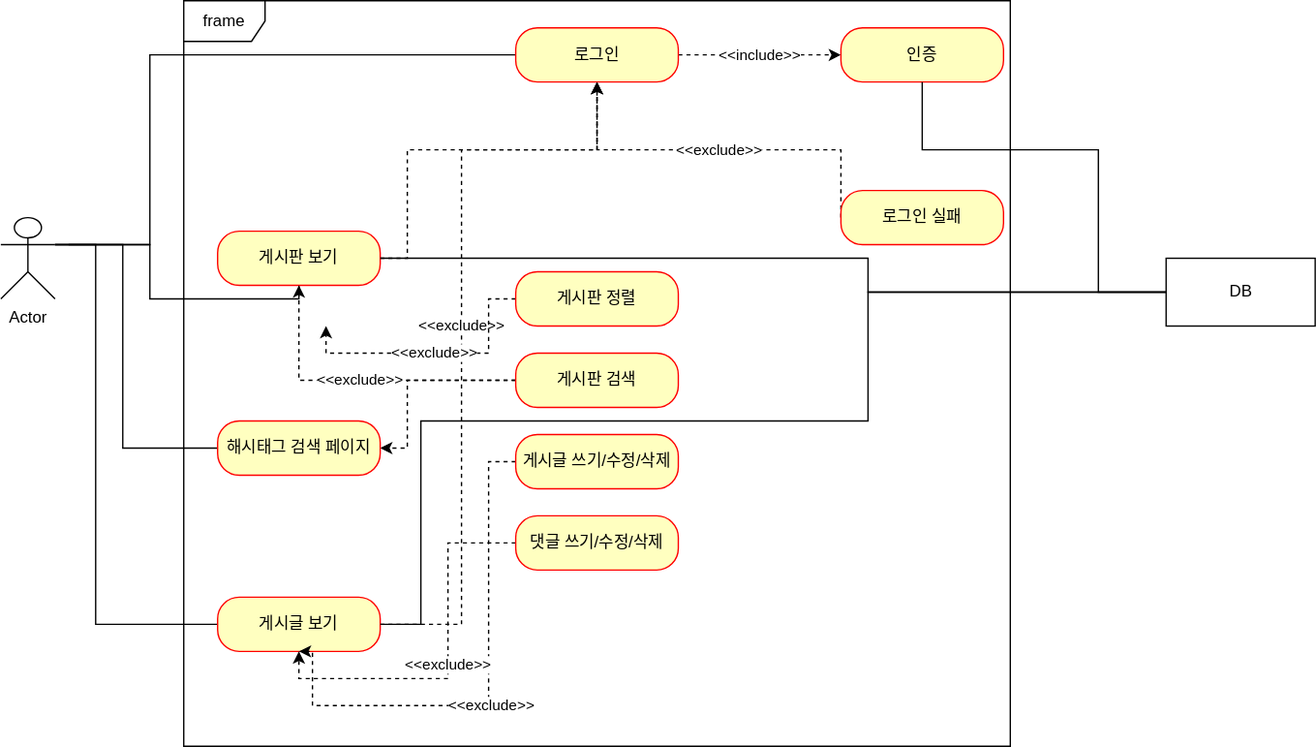
GuardJo/simple-board-project keeps this draw.io diagram as documents/UseCase/use_case.svg. Above is the earlier version. Source tidied: cells renumbered, new cells last; positions are measured from the earlier drawing's top-left corner, leaving out a move shared by most shapes.
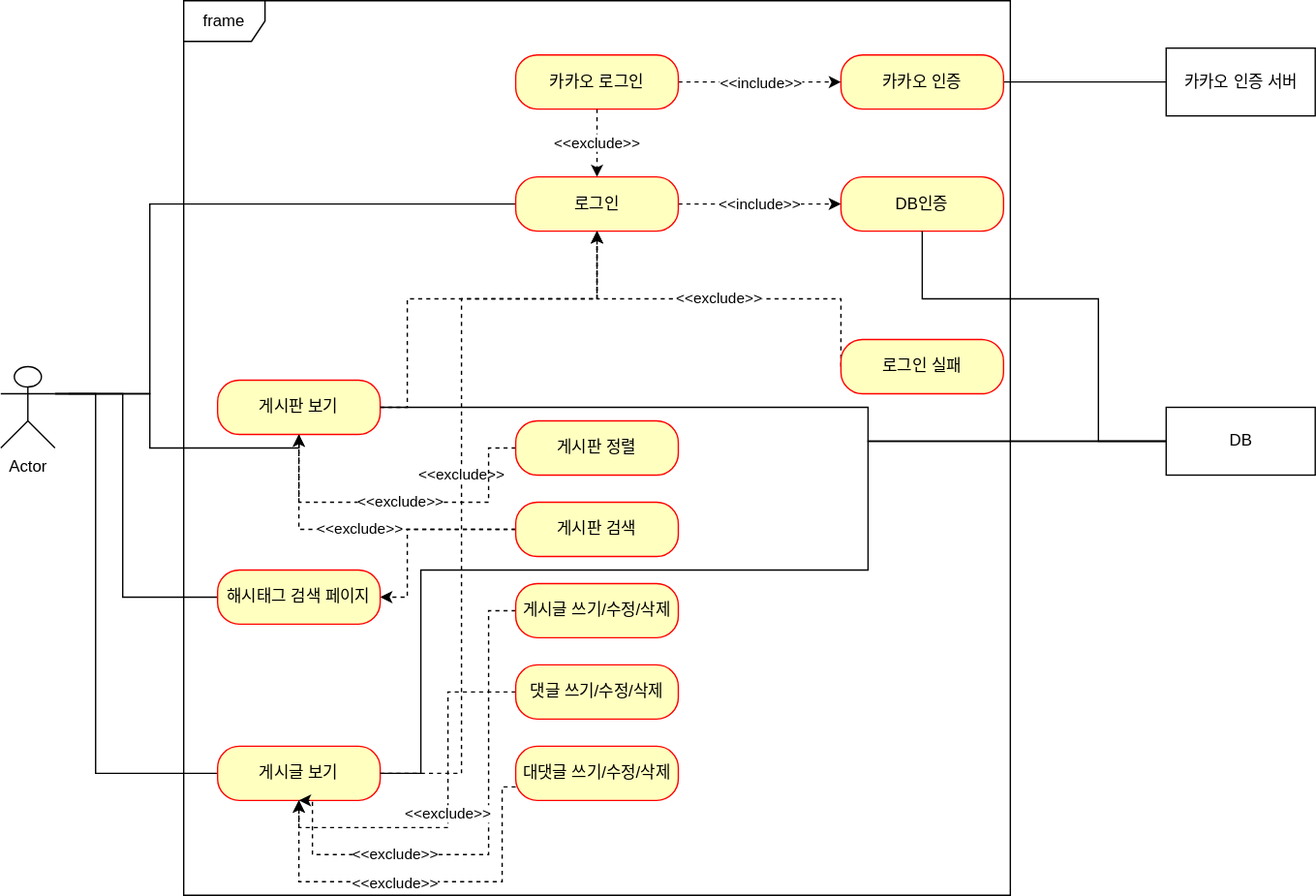
The same file after the commit.

Commit message:
#39 기능 추가에 따른 use case 업데이트

- 카카오 로그인 관련 시나리오 추가
- 대댓글 기능 관련 시나리오 추가

Diff of the diagram source:
```diff
@@ -15,7 +15,7 @@
       <mxGeometry y="160" width="40" height="60" as="geometry" />
     </mxCell>
     <mxCell id="4" value="frame" style="shape=umlFrame;whiteSpace=wrap;html=1;" parent="1" vertex="1">
-      <mxGeometry x="135" width="610" height="550" as="geometry" />
+      <mxGeometry x="135" y="-110" width="610" height="660" as="geometry" />
     </mxCell>
     <mxCell id="5" style="edgeStyle=orthogonalEdgeStyle;rounded=0;jettySize=auto;html=1;exitX=1;exitY=0.5;exitDx=0;exitDy=0;entryX=0.5;entryY=1;entryDx=0;entryDy=0;dashed=1;endArrow=classic;endFill=1;" parent="1" edge="1" source="6" target="12">
       <mxGeometry relative="1" as="geometry">
@@ -67,7 +67,7 @@
     <mxCell id="12" value="로그인" style="rounded=1;whiteSpace=wrap;html=1;arcSize=40;fontColor=#000000;fillColor=#ffffc0;strokeColor=#ff0000;" parent="1" vertex="1">
       <mxGeometry x="380" y="20" width="120" height="40" as="geometry" />
     </mxCell>
-    <mxCell id="13" value="인증" style="rounded=1;whiteSpace=wrap;html=1;arcSize=40;fontColor=#000000;fillColor=#ffffc0;strokeColor=#ff0000;" parent="1" vertex="1">
+    <mxCell id="13" value="DB인증" style="rounded=1;whiteSpace=wrap;html=1;arcSize=40;fontColor=#000000;fillColor=#ffffc0;strokeColor=#ff0000;" parent="1" vertex="1">
       <mxGeometry x="620" y="20" width="120" height="40" as="geometry" />
     </mxCell>
     <mxCell id="14" value="&amp;lt;&amp;lt;exclude&amp;gt;&amp;gt;" style="edgeStyle=orthogonalEdgeStyle;rounded=0;jettySize=auto;html=1;exitX=0;exitY=0.5;exitDx=0;exitDy=0;dashed=1;endArrow=classic;endFill=1;" parent="1" edge="1" source="15" target="12">
@@ -81,13 +81,12 @@
     <mxCell id="15" value="로그인 실패" style="rounded=1;whiteSpace=wrap;html=1;arcSize=40;fontColor=#000000;fillColor=#ffffc0;strokeColor=#ff0000;" parent="1" vertex="1">
       <mxGeometry x="620" y="140" width="120" height="40" as="geometry" />
     </mxCell>
-    <mxCell id="16" value="&amp;lt;&amp;lt;exclude&amp;gt;&amp;gt;" style="edgeStyle=orthogonalEdgeStyle;rounded=0;jettySize=auto;html=1;exitX=0;exitY=0.5;exitDx=0;exitDy=0;dashed=1;endArrow=classic;endFill=1;" parent="1" edge="1" source="17">
+    <mxCell id="16" value="&amp;lt;&amp;lt;exclude&amp;gt;&amp;gt;" style="edgeStyle=orthogonalEdgeStyle;rounded=0;jettySize=auto;html=1;exitX=0;exitY=0.5;exitDx=0;exitDy=0;dashed=1;endArrow=classic;endFill=1;entryX=0.5;entryY=1;entryDx=0;entryDy=0;" parent="1" edge="1" source="17" target="6">
       <mxGeometry relative="1" as="geometry">
-        <mxPoint x="240" y="240" as="targetPoint" />
         <Array as="points">
           <mxPoint x="360" y="220" />
           <mxPoint x="360" y="260" />
-          <mxPoint x="240" y="260" />
+          <mxPoint x="220" y="260" />
         </Array>
       </mxGeometry>
     </mxCell>
@@ -119,7 +118,9 @@
       </mxGeometry>
     </mxCell>
     <mxCell id="22" value="&amp;lt;&amp;lt;exclude&amp;gt;&amp;gt;" style="edgeLabel;html=1;align=center;verticalAlign=middle;" parent="21" vertex="1">
-      <mxGeometry x="0.05" y="1" relative="1" as="geometry" />
+      <mxGeometry x="0.05" y="1" relative="1" as="geometry">
+        <mxPoint x="-71" as="offset" />
+      </mxGeometry>
     </mxCell>
     <mxCell id="23" value="게시글 쓰기/수정/삭제" style="rounded=1;whiteSpace=wrap;html=1;arcSize=40;fontColor=#000000;fillColor=#ffffc0;strokeColor=#ff0000;" parent="1" vertex="1">
       <mxGeometry x="380" y="320" width="120" height="40" as="geometry" />
@@ -171,5 +172,45 @@
     <mxCell id="31" value="해시태그 검색 페이지" style="rounded=1;whiteSpace=wrap;html=1;arcSize=40;fontColor=#000000;fillColor=#ffffc0;strokeColor=#ff0000;" parent="1" vertex="1">
       <mxGeometry x="160" y="310" width="120" height="40" as="geometry" />
     </mxCell>
+    <mxCell id="32" style="edgeStyle=orthogonalEdgeStyle;rounded=0;jettySize=auto;html=1;startArrow=none;startFill=0;endArrow=none;endFill=0;" parent="1" edge="1" source="33" target="38">
+      <mxGeometry relative="1" as="geometry" />
+    </mxCell>
+    <mxCell id="33" value="카카오 인증" style="rounded=1;whiteSpace=wrap;html=1;arcSize=40;fontColor=#000000;fillColor=#ffffc0;strokeColor=#ff0000;" parent="1" vertex="1">
+      <mxGeometry x="620" y="-70" width="120" height="40" as="geometry" />
+    </mxCell>
+    <mxCell id="34" value="&amp;lt;&amp;lt;exclude&amp;gt;&amp;gt;" style="edgeStyle=orthogonalEdgeStyle;rounded=0;jettySize=auto;html=1;dashed=1;startArrow=none;startFill=0;endArrow=classic;endFill=1;" parent="1" edge="1" source="37" target="12">
+      <mxGeometry relative="1" as="geometry" />
+    </mxCell>
+    <mxCell id="35" style="edgeStyle=orthogonalEdgeStyle;rounded=0;jettySize=auto;html=1;dashed=1;startArrow=none;startFill=0;endArrow=classic;endFill=1;" parent="1" edge="1" source="37" target="33">
+      <mxGeometry relative="1" as="geometry" />
+    </mxCell>
+    <mxCell id="36" value="&amp;lt;&amp;lt;include&amp;gt;&amp;gt;" style="edgeLabel;html=1;align=center;verticalAlign=middle;" parent="35" vertex="1">
+      <mxGeometry x="0.16" y="2" relative="1" as="geometry">
+        <mxPoint x="-10" y="2" as="offset" />
+      </mxGeometry>
+    </mxCell>
+    <mxCell id="37" value="카카오 로그인" style="rounded=1;whiteSpace=wrap;html=1;arcSize=40;fontColor=#000000;fillColor=#ffffc0;strokeColor=#ff0000;" parent="1" vertex="1">
+      <mxGeometry x="380" y="-70" width="120" height="40" as="geometry" />
+    </mxCell>
+    <mxCell id="38" value="카카오 인증 서버" style="html=1;" parent="1" vertex="1">
+      <mxGeometry x="860" y="-75" width="110" height="50" as="geometry" />
+    </mxCell>
+    <mxCell id="39" style="edgeStyle=orthogonalEdgeStyle;rounded=0;jettySize=auto;html=1;entryX=0.5;entryY=1;entryDx=0;entryDy=0;startArrow=none;startFill=0;endArrow=classic;endFill=1;dashed=1;" parent="1" edge="1" source="41" target="9">
+      <mxGeometry relative="1" as="geometry">
+        <Array as="points">
+          <mxPoint x="370" y="470" />
+          <mxPoint x="370" y="540" />
+          <mxPoint x="220" y="540" />
+        </Array>
+      </mxGeometry>
+    </mxCell>
+    <mxCell id="40" value="&amp;lt;&amp;lt;exclude&amp;gt;&amp;gt;" style="edgeLabel;html=1;align=center;verticalAlign=middle;" parent="39" vertex="1">
+      <mxGeometry x="-0.25" y="3" relative="1" as="geometry">
+        <mxPoint x="-52" y="-3" as="offset" />
+      </mxGeometry>
+    </mxCell>
+    <mxCell id="41" value="대댓글 쓰기/수정/삭제" style="rounded=1;whiteSpace=wrap;html=1;arcSize=40;fontColor=#000000;fillColor=#ffffc0;strokeColor=#ff0000;" parent="1" vertex="1">
+      <mxGeometry x="380" y="440" width="120" height="40" as="geometry" />
+    </mxCell>
   </root>
 </mxGraphModel>
```
